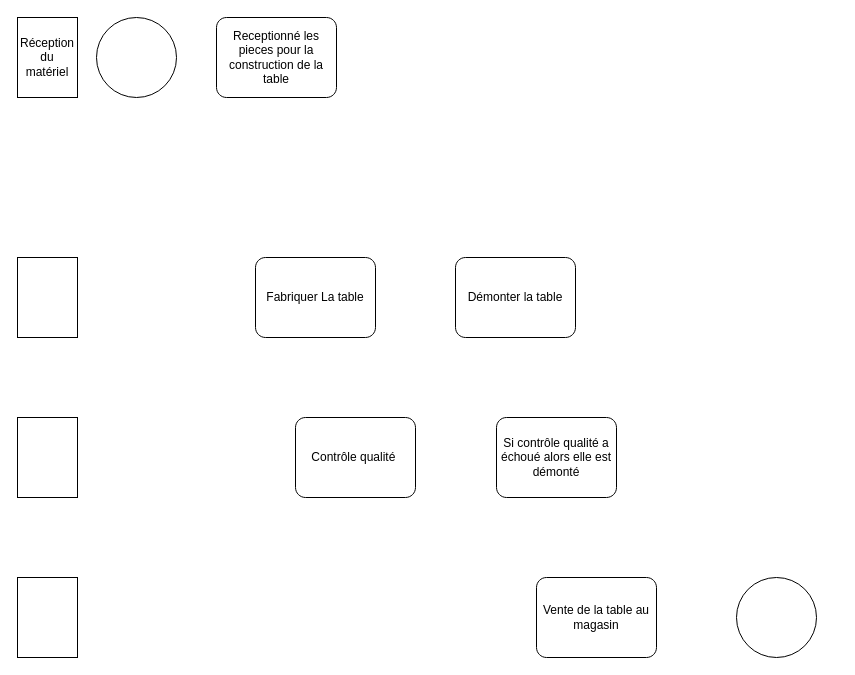
quemet/Draw.io keeps this draw.io diagram as FabricationTable.drawio. Above is the earlier version. Source tidied: cells renumbered, new cells numbered last; positions are measured from the earlier drawing's top-left corner, leaving out a move shared by most shapes. Both pictures are drawn from the tidied source at 100%, with x=0, y=0 at pixel (17, 17).
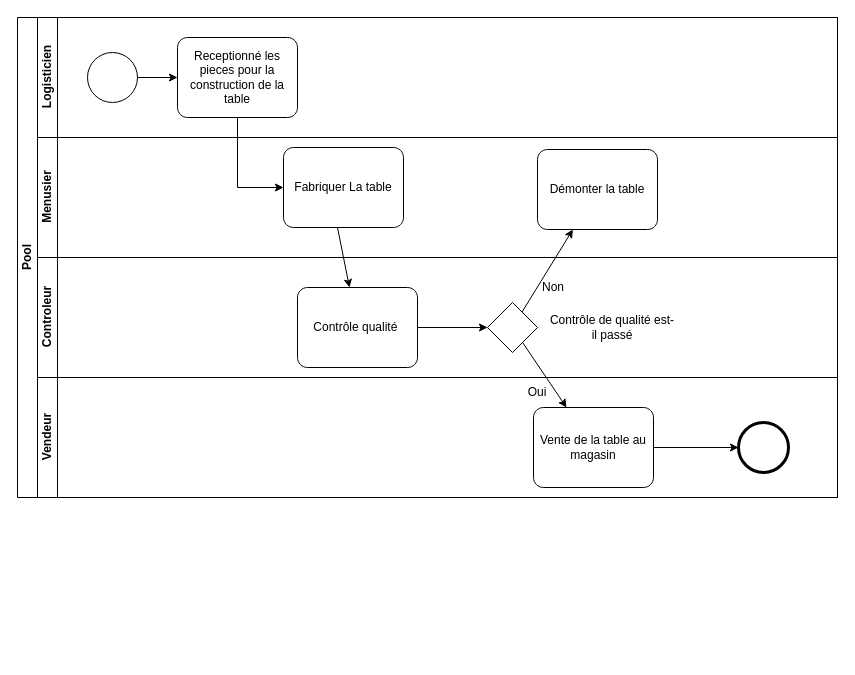
The same page after the edit.

Commit message:
Mettre à jour FabricationTable.drawio

What changed in the source:
```diff
@@
+    <mxCell id="14" value="Pool" style="swimlane;html=1;horizontal=0;startSize=20;whiteSpace=wrap;" parent="1" vertex="1">
+      <mxGeometry width="820" height="480" as="geometry" />
+    </mxCell>
+    <mxCell id="15" value="Logisticien" style="swimlane;html=1;startSize=20;horizontal=0;" parent="14" vertex="1">
+      <mxGeometry x="20" width="800" height="120" as="geometry" />
+    </mxCell>
-    <mxCell id="2" value="Receptionné les pieces pour la construction de la table" style="points=[[0.25,0,0],[0.5,0,0],[0.75,0,0],[1,0.25,0],[1,0.5,0],[1,0.75,0],[0.75,1,0],[0.5,1,0],[0.25,1,0],[0,0.75,0],[0,0.5,0],[0,0.25,0]];shape=mxgraph.bpmn.task;whiteSpace=wrap;rectStyle=rounded;size=10;html=1;taskMarker=abstract;" parent="1" vertex="1">
-      <mxGeometry x="199" width="120" height="80" as="geometry" />
+    <mxCell id="2" value="Receptionné les pieces pour la construction de la table" style="points=[[0.25,0,0],[0.5,0,0],[0.75,0,0],[1,0.25,0],[1,0.5,0],[1,0.75,0],[0.75,1,0],[0.5,1,0],[0.25,1,0],[0,0.75,0],[0,0.5,0],[0,0.25,0]];shape=mxgraph.bpmn.task;whiteSpace=wrap;rectStyle=rounded;size=10;html=1;taskMarker=abstract;" parent="15" vertex="1">
+      <mxGeometry x="140" y="20" width="120" height="80" as="geometry" />
     </mxCell>
+    <mxCell id="16" style="endArrow=classic;html=1;rounded=0;fontFamily=Helvetica;fontSize=12;fontColor=default;startSize=20;entryX=0;entryY=0.5;entryDx=0;entryDy=0;entryPerimeter=0;exitX=1;exitY=0.5;exitDx=0;exitDy=0;exitPerimeter=0;" parent="15" edge="1" source="17" target="2">
+      <mxGeometry relative="1" as="geometry" />
+    </mxCell>
+    <mxCell id="17" style="points=[[0.145,0.145,0],[0.5,0,0],[0.855,0.145,0],[1,0.5,0],[0.855,0.855,0],[0.5,1,0],[0.145,0.855,0],[0,0.5,0]];shape=mxgraph.bpmn.event;html=1;verticalLabelPosition=bottom;labelBackgroundColor=#ffffff;verticalAlign=top;align=center;perimeter=ellipsePerimeter;outlineConnect=0;outline=standard;symbol=general;strokeColor=default;fontFamily=Helvetica;fontSize=12;fontColor=default;startSize=20;fillColor=default;" parent="15" vertex="1">
+      <mxGeometry x="50" y="35" width="50" height="50" as="geometry" />
+    </mxCell>
+    <mxCell id="18" value="Menusier" style="swimlane;html=1;startSize=20;horizontal=0;" parent="14" vertex="1">
+      <mxGeometry x="20" y="120" width="800" height="120" as="geometry" />
+    </mxCell>
-    <mxCell id="3" value="Fabriquer La table" style="points=[[0.25,0,0],[0.5,0,0],[0.75,0,0],[1,0.25,0],[1,0.5,0],[1,0.75,0],[0.75,1,0],[0.5,1,0],[0.25,1,0],[0,0.75,0],[0,0.5,0],[0,0.25,0]];shape=mxgraph.bpmn.task;whiteSpace=wrap;rectStyle=rounded;size=10;html=1;taskMarker=abstract;" parent="1" vertex="1">
-      <mxGeometry x="238" y="240" width="120" height="80" as="geometry" />
+    <mxCell id="3" value="Fabriquer La table" style="points=[[0.25,0,0],[0.5,0,0],[0.75,0,0],[1,0.25,0],[1,0.5,0],[1,0.75,0],[0.75,1,0],[0.5,1,0],[0.25,1,0],[0,0.75,0],[0,0.5,0],[0,0.25,0]];shape=mxgraph.bpmn.task;whiteSpace=wrap;rectStyle=rounded;size=10;html=1;taskMarker=abstract;" parent="18" vertex="1">
+      <mxGeometry x="246" y="10" width="120" height="80" as="geometry" />
     </mxCell>
+    <mxCell id="19" style="endArrow=classic;html=1;rounded=0;fontFamily=Helvetica;fontSize=12;fontColor=default;startSize=20;" parent="3" edge="1" target="4">
+      <mxGeometry relative="1" as="geometry">
+        <mxPoint x="54" y="80" as="sourcePoint" />
+      </mxGeometry>
+    </mxCell>
+    <mxCell id="7" value="Démonter la table" style="points=[[0.25,0,0],[0.5,0,0],[0.75,0,0],[1,0.25,0],[1,0.5,0],[1,0.75,0],[0.75,1,0],[0.5,1,0],[0.25,1,0],[0,0.75,0],[0,0.5,0],[0,0.25,0]];shape=mxgraph.bpmn.task;whiteSpace=wrap;rectStyle=rounded;size=10;html=1;taskMarker=abstract;" parent="18" vertex="1">
+      <mxGeometry x="500" y="12" width="120" height="80" as="geometry" />
+    </mxCell>
+    <mxCell id="20" value="Controleur" style="swimlane;html=1;startSize=20;horizontal=0;" parent="14" vertex="1">
+      <mxGeometry x="20" y="240" width="800" height="120" as="geometry" />
+    </mxCell>
-    <mxCell id="4" value="Contrôle qualité&amp;nbsp;" style="points=[[0.25,0,0],[0.5,0,0],[0.75,0,0],[1,0.25,0],[1,0.5,0],[1,0.75,0],[0.75,1,0],[0.5,1,0],[0.25,1,0],[0,0.75,0],[0,0.5,0],[0,0.25,0]];shape=mxgraph.bpmn.task;whiteSpace=wrap;rectStyle=rounded;size=10;html=1;taskMarker=abstract;" parent="1" vertex="1">
-      <mxGeometry x="278" y="400" width="120" height="80" as="geometry" />
+    <mxCell id="4" value="Contrôle qualité&amp;nbsp;" style="points=[[0.25,0,0],[0.5,0,0],[0.75,0,0],[1,0.25,0],[1,0.5,0],[1,0.75,0],[0.75,1,0],[0.5,1,0],[0.25,1,0],[0,0.75,0],[0,0.5,0],[0,0.25,0]];shape=mxgraph.bpmn.task;whiteSpace=wrap;rectStyle=rounded;size=10;html=1;taskMarker=abstract;" parent="20" vertex="1">
+      <mxGeometry x="260" y="30" width="120" height="80" as="geometry" />
     </mxCell>
+    <mxCell id="21" style="points=[[0.25,0.25,0],[0.5,0,0],[0.75,0.25,0],[1,0.5,0],[0.75,0.75,0],[0.5,1,0],[0.25,0.75,0],[0,0.5,0]];shape=mxgraph.bpmn.gateway2;html=1;verticalLabelPosition=bottom;labelBackgroundColor=#ffffff;verticalAlign=top;align=center;perimeter=rhombusPerimeter;outlineConnect=0;outline=none;symbol=none;strokeColor=default;fontFamily=Helvetica;fontSize=12;fontColor=default;startSize=20;fillColor=default;" parent="20" vertex="1">
+      <mxGeometry x="450" y="45" width="50" height="50" as="geometry" />
+    </mxCell>
+    <mxCell id="22" value="Contrôle de qualité est-il passé" style="text;html=1;strokeColor=none;fillColor=none;align=center;verticalAlign=middle;whiteSpace=wrap;rounded=0;fontSize=12;fontFamily=Helvetica;fontColor=default;" parent="20" vertex="1">
+      <mxGeometry x="510" y="55" width="130" height="30" as="geometry" />
+    </mxCell>
+    <mxCell id="23" value="Non" style="text;html=1;strokeColor=none;fillColor=none;align=center;verticalAlign=middle;whiteSpace=wrap;rounded=0;fontSize=12;fontFamily=Helvetica;fontColor=default;" parent="20" vertex="1">
+      <mxGeometry x="486" y="15" width="60" height="30" as="geometry" />
+    </mxCell>
+    <mxCell id="24" style="endArrow=classic;html=1;rounded=0;fontFamily=Helvetica;fontSize=12;fontColor=default;startSize=20;" parent="20" edge="1" target="21">
+      <mxGeometry relative="1" as="geometry">
+        <mxPoint x="380" y="70" as="sourcePoint" />
+      </mxGeometry>
+    </mxCell>
+    <mxCell id="25" value="Vendeur" style="swimlane;html=1;startSize=20;horizontal=0;" parent="14" vertex="1">
+      <mxGeometry x="20" y="360" width="800" height="120" as="geometry" />
+    </mxCell>
-    <mxCell id="5" value="Vente de la table au magasin" style="points=[[0.25,0,0],[0.5,0,0],[0.75,0,0],[1,0.25,0],[1,0.5,0],[1,0.75,0],[0.75,1,0],[0.5,1,0],[0.25,1,0],[0,0.75,0],[0,0.5,0],[0,0.25,0]];shape=mxgraph.bpmn.task;whiteSpace=wrap;rectStyle=rounded;size=10;html=1;taskMarker=abstract;" parent="1" vertex="1">
-      <mxGeometry x="519" y="560" width="120" height="80" as="geometry" />
+    <mxCell id="5" value="Vente de la table au magasin" style="points=[[0.25,0,0],[0.5,0,0],[0.75,0,0],[1,0.25,0],[1,0.5,0],[1,0.75,0],[0.75,1,0],[0.5,1,0],[0.25,1,0],[0,0.75,0],[0,0.5,0],[0,0.25,0]];shape=mxgraph.bpmn.task;whiteSpace=wrap;rectStyle=rounded;size=10;html=1;taskMarker=abstract;" parent="25" vertex="1">
+      <mxGeometry x="496" y="30" width="120" height="80" as="geometry" />
     </mxCell>
-    <mxCell id="6" value="Si contrôle qualité a échoué alors elle est démonté" style="shape=mxgraph.bpmn.task;whiteSpace=wrap;rectStyle=rounded;size=10;html=1;taskMarker=abstract;" parent="1" vertex="1">
-      <mxGeometry x="479" y="400" width="120" height="80" as="geometry" />
-    </mxCell>
-    <mxCell id="7" value="Démonter la table" style="points=[[0.25,0,0],[0.5,0,0],[0.75,0,0],[1,0.25,0],[1,0.5,0],[1,0.75,0],[0.75,1,0],[0.5,1,0],[0.25,1,0],[0,0.75,0],[0,0.5,0],[0,0.25,0]];shape=mxgraph.bpmn.task;whiteSpace=wrap;rectStyle=rounded;size=10;html=1;taskMarker=abstract;" parent="1" vertex="1">
-      <mxGeometry x="438" y="240" width="120" height="80" as="geometry" />
-    </mxCell>
-    <mxCell id="8" style="ellipse;whiteSpace=wrap;html=1;" parent="1" vertex="1">
-      <mxGeometry x="719" y="560" width="80" height="80" as="geometry" />
-    </mxCell>
-    <mxCell id="9" style="ellipse;whiteSpace=wrap;html=1;" parent="1" vertex="1">
-      <mxGeometry x="79" width="80" height="80" as="geometry" />
-    </mxCell>
-    <mxCell id="10" value="Réception du matériel" style="rounded=0;whiteSpace=wrap;html=1;" parent="1" vertex="1">
-      <mxGeometry width="60" height="80" as="geometry" />
-    </mxCell>
-    <mxCell id="11" style="rounded=0;whiteSpace=wrap;html=1;" parent="1" vertex="1">
-      <mxGeometry y="240" width="60" height="80" as="geometry" />
-    </mxCell>
-    <mxCell id="12" style="rounded=0;whiteSpace=wrap;html=1;" parent="1" vertex="1">
-      <mxGeometry y="400" width="60" height="80" as="geometry" />
-    </mxCell>
-    <mxCell id="13" style="rounded=0;whiteSpace=wrap;html=1;" parent="1" vertex="1">
-      <mxGeometry y="560" width="60" height="80" as="geometry" />
-    </mxCell>
+    <mxCell id="26" style="points=[[0.145,0.145,0],[0.5,0,0],[0.855,0.145,0],[1,0.5,0],[0.855,0.855,0],[0.5,1,0],[0.145,0.855,0],[0,0.5,0]];shape=mxgraph.bpmn.event;html=1;verticalLabelPosition=bottom;labelBackgroundColor=#ffffff;verticalAlign=top;align=center;perimeter=ellipsePerimeter;outlineConnect=0;outline=end;symbol=terminate2;strokeColor=default;fontFamily=Helvetica;fontSize=12;fontColor=default;startSize=20;fillColor=default;" parent="25" vertex="1">
+      <mxGeometry x="701" y="45" width="50" height="50" as="geometry" />
+    </mxCell>
+    <mxCell id="27" value="Oui" style="text;html=1;strokeColor=none;fillColor=none;align=center;verticalAlign=middle;whiteSpace=wrap;rounded=0;fontSize=12;fontFamily=Helvetica;fontColor=default;" parent="25" vertex="1">
+      <mxGeometry x="470" width="60" height="30" as="geometry" />
+    </mxCell>
+    <mxCell id="28" style="endArrow=classic;html=1;rounded=0;fontFamily=Helvetica;fontSize=12;fontColor=default;startSize=20;" parent="25" edge="1" source="5" target="26">
+      <mxGeometry relative="1" as="geometry" />
+    </mxCell>
+    <mxCell id="29" style="endArrow=classic;html=1;rounded=0;fontFamily=Helvetica;fontSize=12;fontColor=default;startSize=20;" parent="14" edge="1" source="2" target="3">
+      <mxGeometry relative="1" as="geometry">
+        <Array as="points">
+          <mxPoint x="220" y="170" />
+        </Array>
+      </mxGeometry>
+    </mxCell>
+    <mxCell id="30" style="endArrow=classic;html=1;rounded=0;fontFamily=Helvetica;fontSize=12;fontColor=default;startSize=20;" parent="14" edge="1" source="21" target="7">
+      <mxGeometry relative="1" as="geometry" />
+    </mxCell>
+    <mxCell id="31" style="endArrow=classic;html=1;rounded=0;fontFamily=Helvetica;fontSize=12;fontColor=default;startSize=20;" parent="14" edge="1" source="21" target="5">
+      <mxGeometry relative="1" as="geometry" />
+    </mxCell>
```
